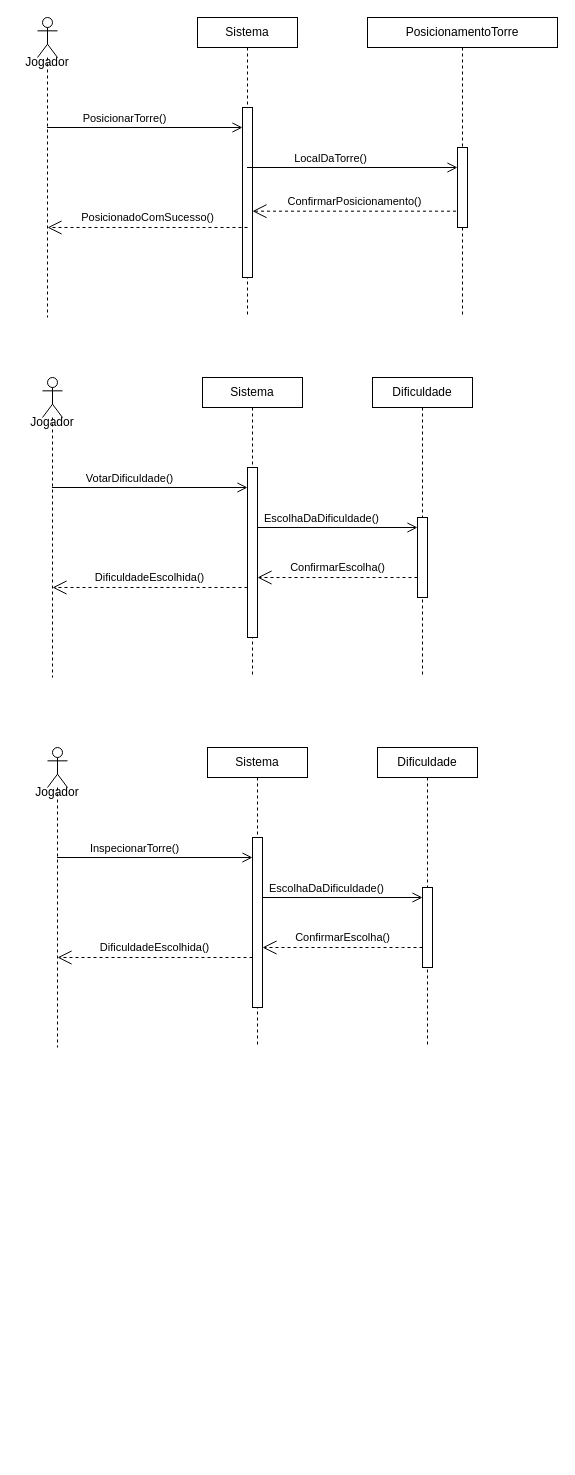
Before: DiagramaDeSequênciaPlacementTower.drawio in DEV-0ne-Jao/Projeto-Integrador, a draw.io diagram. Source tidied: cells renumbered, new cells numbered last; positions are measured from the earlier drawing's top-left corner, leaving out a move shared by most shapes. Both pictures are drawn from the tidied source at 100%, with x=0, y=0 at pixel (17, 17).
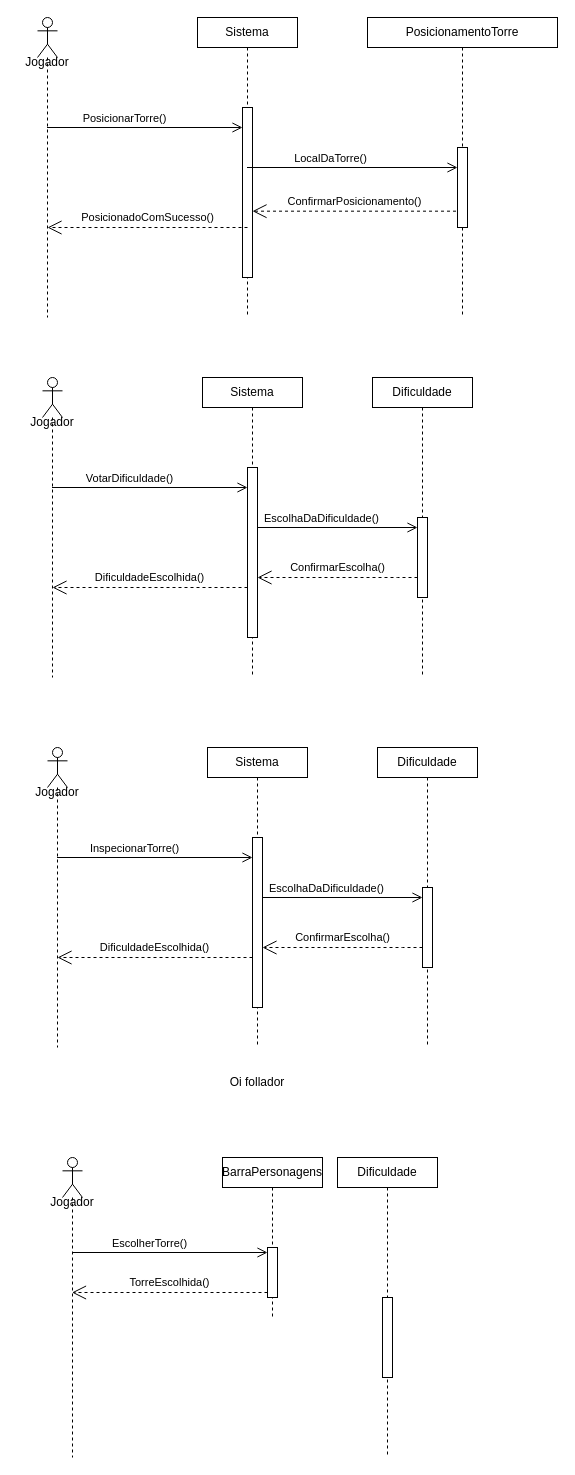
The same diagram, later.

Change to the diagram source:
```diff
@@
+    <mxCell id="38" value="Oi follador" style="text;html=1;whiteSpace=wrap;strokeColor=none;fillColor=none;align=center;verticalAlign=middle;rounded=0;" parent="1" vertex="1">
+      <mxGeometry x="210" y="1050" width="60" height="30" as="geometry" />
+    </mxCell>
+    <mxCell id="39" style="shape=umlLifeline;perimeter=lifelinePerimeter;whiteSpace=wrap;html=1;outlineConnect=0;portConstraint=eastwest;newEdgeStyle={&quot;curved&quot;:0,&quot;rounded&quot;:0};participant=umlActor;size=40;" parent="1" vertex="1">
+      <mxGeometry x="45" y="1140" width="20" height="300" as="geometry" />
+    </mxCell>
+    <mxCell id="40" value="BarraPersonagens" style="shape=umlLifeline;perimeter=lifelinePerimeter;whiteSpace=wrap;html=1;newEdgeStyle={&quot;curved&quot;:0,&quot;rounded&quot;:0};size=30;" parent="1" vertex="1">
+      <mxGeometry x="205" y="1140" width="100" height="160" as="geometry" />
+    </mxCell>
+    <mxCell id="41" style="html=1;points=[[0,0,0,0,5],[0,1,0,0,-5],[1,0,0,0,5],[1,1,0,0,-5]];perimeter=orthogonalPerimeter;outlineConnect=0;targetShapes=umlLifeline;portConstraint=eastwest;newEdgeStyle={&quot;curved&quot;:0,&quot;rounded&quot;:0};" parent="40" vertex="1">
+      <mxGeometry x="45" y="90" width="10" height="50" as="geometry" />
+    </mxCell>
+    <mxCell id="42" value="Dificuldade" style="shape=umlLifeline;perimeter=lifelinePerimeter;whiteSpace=wrap;html=1;newEdgeStyle={&quot;curved&quot;:0,&quot;rounded&quot;:0};size=30;" parent="1" vertex="1">
+      <mxGeometry x="320" y="1140" width="100" height="300" as="geometry" />
+    </mxCell>
+    <mxCell id="43" style="html=1;perimeter=orthogonalPerimeter;targetShapes=umlLifeline;newEdgeStyle={&quot;curved&quot;:0,&quot;rounded&quot;:0};" parent="42" vertex="1">
+      <mxGeometry x="45" y="140" width="10" height="80" as="geometry" />
+    </mxCell>
+    <mxCell id="44" style="endArrow=open;startArrow=none;endFill=0;startFill=0;endSize=8;html=1;verticalAlign=bottom;labelBackgroundColor=none;strokeWidth=1;rounded=0;entryX=0;entryY=0;entryDx=0;entryDy=5;entryPerimeter=0;" parent="1" edge="1" source="39" target="41">
+      <mxGeometry relative="1" as="geometry" />
+    </mxCell>
+    <mxCell id="45" value="EscolherTorre()" style="edgeLabel;html=1;align=center;verticalAlign=middle;" parent="44" vertex="1">
+      <mxGeometry x="-0.22" relative="1" as="geometry">
+        <mxPoint x="1" y="-10" as="offset" />
+      </mxGeometry>
+    </mxCell>
+    <mxCell id="46" value="Jogador" style="text;html=1;whiteSpace=wrap;strokeColor=none;fillColor=none;align=center;verticalAlign=middle;rounded=0;" parent="1" vertex="1">
+      <mxGeometry x="25" y="1170" width="60" height="30" as="geometry" />
+    </mxCell>
+    <mxCell id="47" value="TorreEscolhida()" style="endArrow=open;endSize=12;dashed=1;html=1;rounded=0;exitX=0;exitY=1;exitDx=0;exitDy=-5;exitPerimeter=0;" parent="1" edge="1" source="41" target="39">
+      <mxGeometry y="-10" relative="1" as="geometry" />
+    </mxCell>
```
